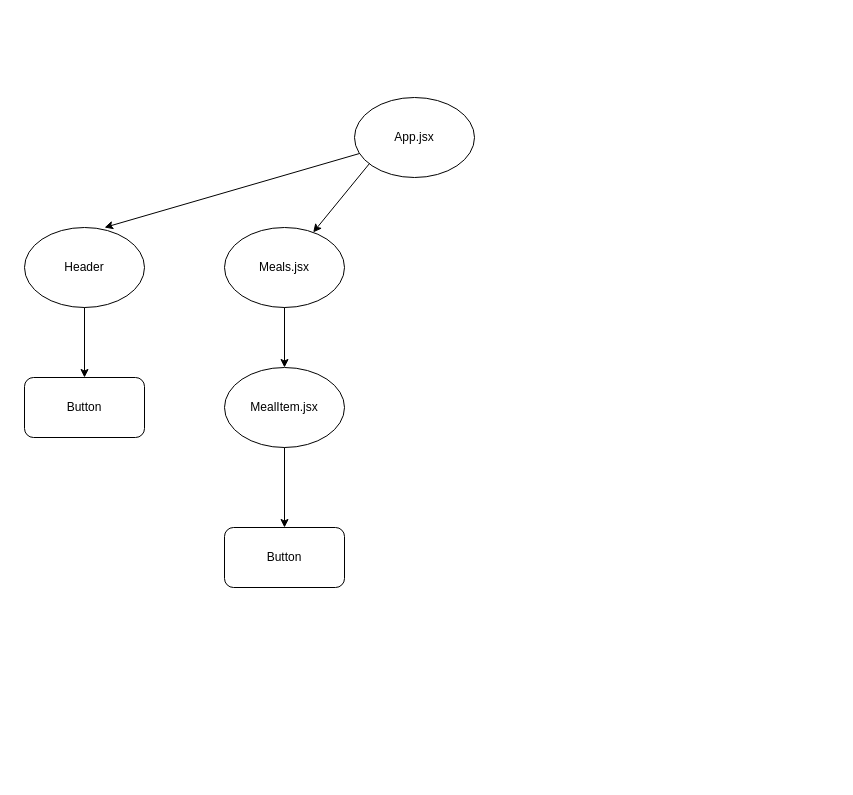
Above: Project-Map/Map.drawio in iamharie/QuickBite-Food-Order-App (draw.io), before the change. Source tidied: cells renumbered, new cells numbered last; positions are measured from the earlier drawing's top-left corner, leaving out a move shared by most shapes. Both pictures are drawn from the tidied source at 100%, with x=0, y=0 at pixel (24, 97).
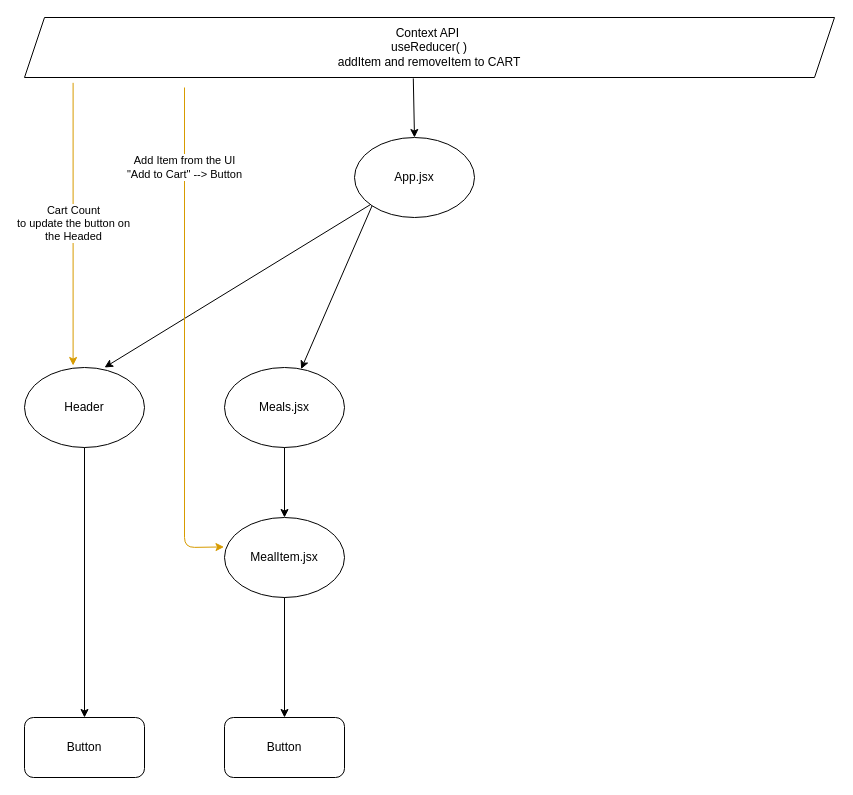
After the change.

Commit message (it also covers changes not shown here):
Developed Reusable Modal/PopUp component

What changed in the source:
```diff
@@
 <mxGraphModel>
   <root>
     <mxCell id="0" />
     <mxCell id="1" parent="0" />
     <mxCell id="2" value="App.jsx" style="ellipse;whiteSpace=wrap;html=1;" parent="1" vertex="1">
-      <mxGeometry x="330" width="120" height="80" as="geometry" />
+      <mxGeometry x="330" y="40" width="120" height="80" as="geometry" />
     </mxCell>
     <mxCell id="3" style="endArrow=classic;html=1;entryX=0.667;entryY=0;entryDx=0;entryDy=0;entryPerimeter=0;" parent="1" edge="1" source="2" target="4">
       <mxGeometry relative="1" as="geometry" />
     </mxCell>
     <mxCell id="4" value="Header" style="ellipse;whiteSpace=wrap;html=1;" parent="1" vertex="1">
-      <mxGeometry y="130" width="120" height="80" as="geometry" />
+      <mxGeometry y="270" width="120" height="80" as="geometry" />
     </mxCell>
     <mxCell id="5" value="Meals.jsx" style="ellipse;whiteSpace=wrap;html=1;" parent="1" vertex="1">
-      <mxGeometry x="200" y="130" width="120" height="80" as="geometry" />
+      <mxGeometry x="200" y="270" width="120" height="80" as="geometry" />
     </mxCell>
     <mxCell id="6" value="MealItem.jsx" style="ellipse;whiteSpace=wrap;html=1;" parent="1" vertex="1">
-      <mxGeometry x="200" y="270" width="120" height="80" as="geometry" />
+      <mxGeometry x="200" y="420" width="120" height="80" as="geometry" />
     </mxCell>
     <mxCell id="7" value="Button" style="rounded=1;whiteSpace=wrap;html=1;" parent="1" vertex="1">
-      <mxGeometry y="280" width="120" height="60" as="geometry" />
+      <mxGeometry y="620" width="120" height="60" as="geometry" />
     </mxCell>
     <mxCell id="8" value="Button" style="rounded=1;whiteSpace=wrap;html=1;" parent="1" vertex="1">
-      <mxGeometry x="200" y="430" width="120" height="60" as="geometry" />
+      <mxGeometry x="200" y="620" width="120" height="60" as="geometry" />
     </mxCell>
-    <mxCell id="9" style="endArrow=classic;html=1;" parent="1" edge="1" target="5">
-      <mxGeometry relative="1" as="geometry">
-        <mxPoint x="345" y="66" as="sourcePoint" />
-      </mxGeometry>
+    <mxCell id="9" style="endArrow=classic;html=1;exitX=0;exitY=1;exitDx=0;exitDy=0;" parent="1" edge="1" source="2" target="5">
+      <mxGeometry relative="1" as="geometry" />
     </mxCell>
     <mxCell id="10" style="endArrow=classic;html=1;entryX=0.5;entryY=0;entryDx=0;entryDy=0;exitX=0.5;exitY=1;exitDx=0;exitDy=0;" parent="1" edge="1" source="5" target="6">
       <mxGeometry relative="1" as="geometry" />
     </mxCell>
     <mxCell id="11" style="endArrow=classic;html=1;entryX=0.5;entryY=0;entryDx=0;entryDy=0;exitX=0.5;exitY=1;exitDx=0;exitDy=0;" parent="1" edge="1" source="6" target="8">
       <mxGeometry relative="1" as="geometry" />
     </mxCell>
     <mxCell id="12" style="endArrow=classic;html=1;entryX=0.5;entryY=0;entryDx=0;entryDy=0;exitX=0.5;exitY=1;exitDx=0;exitDy=0;" parent="1" edge="1" source="4" target="7">
       <mxGeometry relative="1" as="geometry" />
     </mxCell>
+    <mxCell id="13" value="Context API&amp;nbsp;&lt;br&gt;useReducer( )&lt;br&gt;addItem and removeItem to CART" style="shape=parallelogram;perimeter=parallelogramPerimeter;whiteSpace=wrap;html=1;fixedSize=1;" parent="1" vertex="1">
+      <mxGeometry y="-80" width="810" height="60" as="geometry" />
+    </mxCell>
+    <mxCell id="14" style="endArrow=classic;html=1;exitX=0.48;exitY=1.015;exitDx=0;exitDy=0;entryX=0.5;entryY=0;entryDx=0;entryDy=0;exitPerimeter=0;" parent="1" edge="1" source="13" target="2">
+      <mxGeometry relative="1" as="geometry" />
+    </mxCell>
+    <mxCell id="15" value="Cart Count&lt;br&gt;to update the button on&lt;br&gt;the Headed" style="endArrow=classic;html=1;exitX=0.06;exitY=1.089;exitDx=0;exitDy=0;exitPerimeter=0;entryX=0.405;entryY=-0.025;entryDx=0;entryDy=0;entryPerimeter=0;fillColor=#ffcd28;strokeColor=#d79b00;gradientColor=#ffa500;" parent="1" edge="1" source="13" target="4">
+      <mxGeometry relative="1" as="geometry" />
+    </mxCell>
+    <mxCell id="16" value="Add Item from the UI&lt;br&gt;&quot;Add to Cart&quot; --&amp;gt; Button" style="endArrow=classic;html=1;fillColor=#ffcd28;strokeColor=#d79b00;gradientColor=#ffa500;entryX=-0.004;entryY=0.368;entryDx=0;entryDy=0;entryPerimeter=0;" parent="1" edge="1" target="6">
+      <mxGeometry x="-0.68" relative="1" as="geometry">
+        <mxPoint x="160" y="-10" as="sourcePoint" />
+        <Array as="points">
+          <mxPoint x="160" y="450" />
+        </Array>
+      </mxGeometry>
+    </mxCell>
   </root>
 </mxGraphModel>
```
